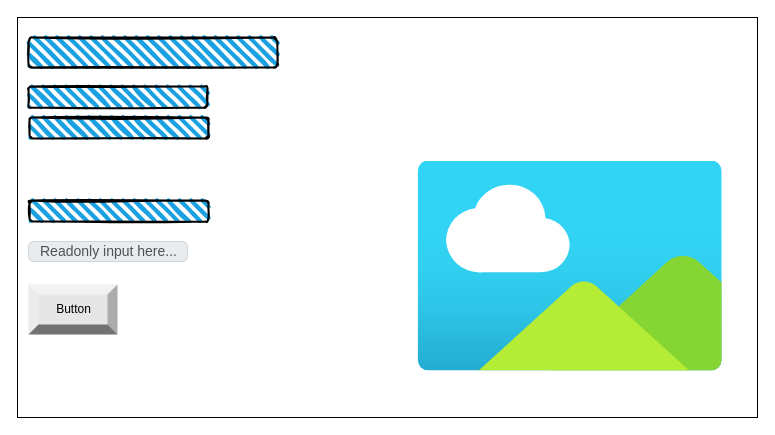
Before: page "Page-1" (1 of 2) of design/story-board.drawio in ekaterina-chernykh/Assignment-6, a draw.io diagram. Source tidied: cells renumbered, new cells numbered last; positions are measured from the earlier drawing's top-left corner, leaving out a move shared by most shapes. Both pictures are drawn from the tidied source at 100%, with x=0, y=0 at pixel (17, 17).
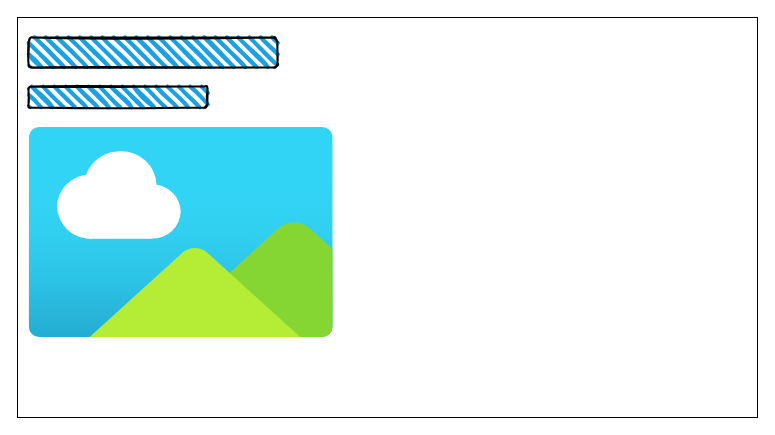
The same diagram, later.

Commit message (it also covers changes not shown here):
flow chart and story board

The edit, as a diff of the source:
```diff
@@
 <mxGraphModel>
   <root>
     <mxCell id="0" />
     <mxCell id="1" parent="0" />
     <mxCell id="2" style="rounded=0;whiteSpace=wrap;html=1;" parent="1" vertex="1">
       <mxGeometry width="740" height="400" as="geometry" />
     </mxCell>
     <mxCell id="3" style="rounded=1;whiteSpace=wrap;html=1;strokeWidth=2;fillWeight=4;hachureGap=8;hachureAngle=45;fillColor=#1ba1e2;sketch=1;" parent="1" vertex="1">
       <mxGeometry x="11" y="20" width="249" height="30" as="geometry" />
     </mxCell>
-    <mxCell id="4" style="rounded=1;whiteSpace=wrap;html=1;strokeWidth=2;fillWeight=4;hachureGap=8;hachureAngle=45;fillColor=#1ba1e2;sketch=1;" parent="1" vertex="1">
-      <mxGeometry x="12" y="100" width="179" height="21" as="geometry" />
-    </mxCell>
     <mxCell id="5" style="rounded=1;whiteSpace=wrap;html=1;strokeWidth=2;fillWeight=4;hachureGap=8;hachureAngle=45;fillColor=#1ba1e2;sketch=1;" parent="1" vertex="1">
       <mxGeometry x="11" y="69" width="179" height="21" as="geometry" />
     </mxCell>
-    <mxCell id="6" style="rounded=1;whiteSpace=wrap;html=1;strokeWidth=2;fillWeight=4;hachureGap=8;hachureAngle=45;fillColor=#1ba1e2;sketch=1;" parent="1" vertex="1">
-      <mxGeometry x="12" y="183" width="179" height="21" as="geometry" />
-    </mxCell>
-    <mxCell id="7" value="Readonly input here..." style="html=1;shadow=0;dashed=0;shape=mxgraph.bootstrap.rrect;rSize=5;strokeColor=#CED4DA;strokeWidth=1;fillColor=#E9ECEF;fontColor=#505050;whiteSpace=wrap;align=left;verticalAlign=middle;spacingLeft=10;fontSize=14;" parent="1" vertex="1">
-      <mxGeometry x="11" y="224" width="159" height="20" as="geometry" />
-    </mxCell>
-    <mxCell id="8" value="Button" style="labelPosition=center;verticalLabelPosition=middle;align=center;html=1;shape=mxgraph.basic.shaded_button;dx=10;fillColor=#E6E6E6;strokeColor=none;" parent="1" vertex="1">
-      <mxGeometry x="11" y="267" width="89" height="50" as="geometry" />
-    </mxCell>
     <mxCell id="9" style="html=1;align=center;image;fontSize=12;image=img/lib/azure2/general/Image.svg;fillColor=#BA6D07;" parent="1" vertex="1">
-      <mxGeometry x="400" y="143.5" width="305.4" height="210" as="geometry" />
+      <mxGeometry x="11" y="110" width="305.4" height="210" as="geometry" />
     </mxCell>
   </root>
 </mxGraphModel>
```
